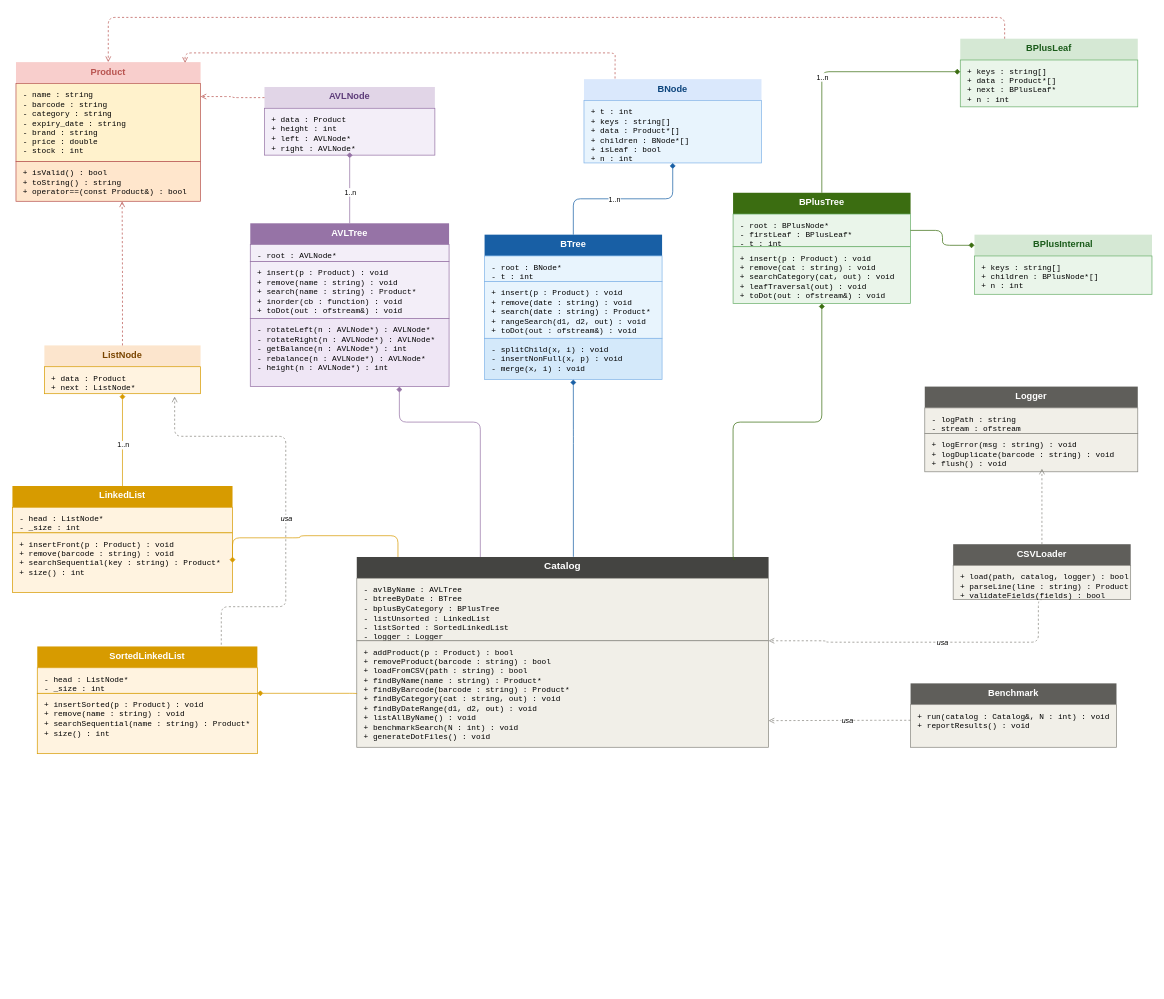
Above: Manuales/Digrama de Clases P1EDD.drawio in AndyGonzalez202231338/EDDS1_PROYECTO1_2026 (draw.io), before the change. Source tidied: cells renumbered, new cells numbered last; positions are measured from the earlier drawing's top-left corner, leaving out a move shared by most shapes. Both pictures are drawn from the tidied source at 71%, with x=0, y=0 at pixel (12, 17).
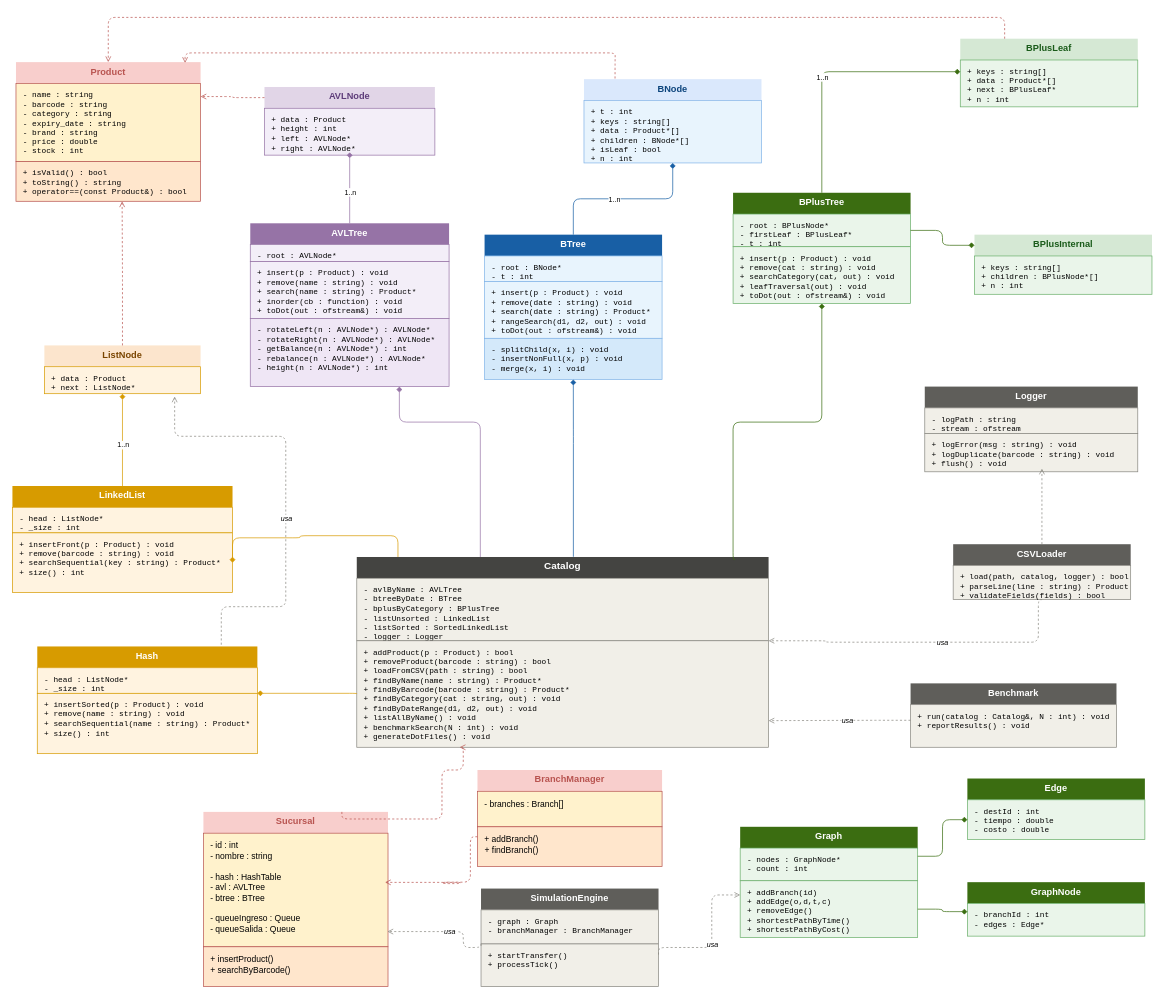
The same page after the edit.

The change refers to these unchanged cells:
```xml
<mxCell id="41" value="+ addProduct(p : Product) : bool&#10;+ removeProduct(barcode : string) : bool&#10;+ loadFromCSV(path : string) : bool&#10;+ findByName(name : string) : Product*&#10;+ findByBarcode(barcode : string) : Product*&#10;+ findByCategory(cat : string, out) : void&#10;+ findByDateRange(d1, d2, out) : void&#10;+ listAllByName() : void&#10;+ benchmarkSearch(N : int) : void&#10;+ generateDotFiles() : void" style="text;html=1;strokeColor=#888780;fillColor=#f1efe8;align=left;verticalAlign=top;spacingLeft=8;spacingTop=4;fontSize=11;fontFamily=Courier New;whiteSpace=wrap;" parent="1" vertex="1">
  <mxGeometry x="485" y="878" width="580" height="150" as="geometry" />
</mxCell>
```

Diff of the diagram source:
```diff
@@
-    <mxCell id="29" value="SortedLinkedList" style="text;html=1;strokeColor=none;fillColor=#d79b00;align=center;verticalAlign=middle;spacingTop=-4;fontStyle=1;fontSize=13;fontColor=#ffffff;whiteSpace=wrap;" parent="1" vertex="1">
+    <mxCell id="29" value="Hash" style="text;html=1;strokeColor=none;fillColor=#d79b00;align=center;verticalAlign=middle;spacingTop=-4;fontStyle=1;fontSize=13;fontColor=#ffffff;whiteSpace=wrap;" parent="1" vertex="1">
       <mxGeometry x="35" y="886" width="310" height="30" as="geometry" />
     </mxCell>
@@
+    <mxCell id="67" value="Sucursal" style="text;html=1;strokeColor=none;fillColor=#f8cecc;align=center;verticalAlign=middle;spacingTop=-4;fontStyle=1;fontSize=13;fontColor=#b85450;whiteSpace=wrap;" parent="1" vertex="1">
+      <mxGeometry x="269" y="1119" width="260" height="30" as="geometry" />
+    </mxCell>
+    <mxCell id="68" value="&lt;span style=&quot;font-family: Helvetica; font-size: 12px; text-align: center; text-wrap-mode: nowrap;&quot;&gt;- id : int&lt;/span&gt;&lt;br style=&quot;font-family: Helvetica; font-size: 12px; text-align: center; text-wrap-mode: nowrap;&quot;&gt;&lt;span style=&quot;font-family: Helvetica; font-size: 12px; text-align: center; text-wrap-mode: nowrap;&quot;&gt;- nombre : string&lt;/span&gt;&lt;br style=&quot;font-family: Helvetica; font-size: 12px; text-align: center; text-wrap-mode: nowrap;&quot;&gt;&lt;br style=&quot;font-family: Helvetica; font-size: 12px; text-align: center; text-wrap-mode: nowrap;&quot;&gt;&lt;span style=&quot;font-family: Helvetica; font-size: 12px; text-align: center; text-wrap-mode: nowrap;&quot;&gt;- hash : HashTable&lt;/span&gt;&lt;br style=&quot;font-family: Helvetica; font-size: 12px; text-align: center; text-wrap-mode: nowrap;&quot;&gt;&lt;span style=&quot;font-family: Helvetica; font-size: 12px; text-align: center; text-wrap-mode: nowrap;&quot;&gt;- avl : AVLTree&lt;/span&gt;&lt;br style=&quot;font-family: Helvetica; font-size: 12px; text-align: center; text-wrap-mode: nowrap;&quot;&gt;&lt;span style=&quot;font-family: Helvetica; font-size: 12px; text-align: center; text-wrap-mode: nowrap;&quot;&gt;- btree : BTree&lt;/span&gt;&lt;br style=&quot;font-family: Helvetica; font-size: 12px; text-align: center; text-wrap-mode: nowrap;&quot;&gt;&lt;br style=&quot;font-family: Helvetica; font-size: 12px; text-align: center; text-wrap-mode: nowrap;&quot;&gt;&lt;span style=&quot;font-family: Helvetica; font-size: 12px; text-align: center; text-wrap-mode: nowrap;&quot;&gt;- queueIngreso : Queue&lt;/span&gt;&lt;br style=&quot;font-family: Helvetica; font-size: 12px; text-align: center; text-wrap-mode: nowrap;&quot;&gt;&lt;span style=&quot;font-family: Helvetica; font-size: 12px; text-align: center; text-wrap-mode: nowrap;&quot;&gt;- queueSalida : Queue&lt;/span&gt;" style="text;html=1;strokeColor=#b85450;fillColor=#fff2cc;align=left;verticalAlign=top;spacingLeft=8;spacingTop=4;fontSize=11;fontFamily=Courier New;whiteSpace=wrap;" parent="1" vertex="1">
+      <mxGeometry x="269" y="1149" width="260" height="160" as="geometry" />
+    </mxCell>
+    <mxCell id="69" value="&lt;span style=&quot;font-family: Helvetica; font-size: 12px; text-align: center; text-wrap-mode: nowrap;&quot;&gt;+ insertProduct()&lt;/span&gt;&lt;br style=&quot;font-family: Helvetica; font-size: 12px; text-align: center; text-wrap-mode: nowrap;&quot;&gt;&lt;span style=&quot;font-family: Helvetica; font-size: 12px; text-align: center; text-wrap-mode: nowrap;&quot;&gt;+ searchByBarcode()&lt;/span&gt;" style="text;html=1;strokeColor=#b85450;fillColor=#ffe6cc;align=left;verticalAlign=top;spacingLeft=8;spacingTop=4;fontSize=11;fontFamily=Courier New;whiteSpace=wrap;" parent="1" vertex="1">
+      <mxGeometry x="269" y="1309" width="260" height="56" as="geometry" />
+    </mxCell>
+    <mxCell id="70" value="BranchManager" style="text;html=1;strokeColor=none;fillColor=#f8cecc;align=center;verticalAlign=middle;spacingTop=-4;fontStyle=1;fontSize=13;fontColor=#b85450;whiteSpace=wrap;" parent="1" vertex="1">
+      <mxGeometry x="655" y="1060" width="260" height="30" as="geometry" />
+    </mxCell>
+    <mxCell id="71" value="&lt;div style=&quot;text-align: center;&quot;&gt;&lt;span style=&quot;background-color: transparent; font-size: 12px; text-wrap-mode: nowrap;&quot;&gt;&lt;font face=&quot;Helvetica&quot;&gt;- branches : Branch[]&lt;/font&gt;&lt;/span&gt;&lt;/div&gt;" style="text;html=1;strokeColor=#b85450;fillColor=#fff2cc;align=left;verticalAlign=top;spacingLeft=8;spacingTop=4;fontSize=11;fontFamily=Courier New;whiteSpace=wrap;" parent="1" vertex="1">
+      <mxGeometry x="655" y="1090" width="260" height="50" as="geometry" />
+    </mxCell>
+    <mxCell id="72" value="&lt;div style=&quot;text-align: center;&quot;&gt;&lt;font face=&quot;Helvetica&quot;&gt;&lt;span style=&quot;font-size: 12px; text-wrap-mode: nowrap;&quot;&gt;+ addBranch()&lt;/span&gt;&lt;/font&gt;&lt;/div&gt;&lt;div style=&quot;text-align: center;&quot;&gt;&lt;font face=&quot;Helvetica&quot;&gt;&lt;span style=&quot;font-size: 12px; text-wrap-mode: nowrap;&quot;&gt;+ findBranch()&lt;/span&gt;&lt;/font&gt;&lt;/div&gt;" style="text;html=1;strokeColor=#b85450;fillColor=#ffe6cc;align=left;verticalAlign=top;spacingLeft=8;spacingTop=4;fontSize=11;fontFamily=Courier New;whiteSpace=wrap;" parent="1" vertex="1">
+      <mxGeometry x="655" y="1140" width="260" height="56" as="geometry" />
+    </mxCell>
+    <mxCell id="73" value="SimulationEngine" style="text;html=1;strokeColor=none;fillColor=#5f5e5a;align=center;verticalAlign=middle;spacingTop=-4;fontStyle=1;fontSize=13;fontColor=#ffffff;whiteSpace=wrap;" parent="1" vertex="1">
+      <mxGeometry x="660" y="1227" width="250" height="30" as="geometry" />
+    </mxCell>
+    <mxCell id="74" value="&lt;div&gt;- graph : Graph&lt;/div&gt;&lt;div&gt;- branchManager : BranchManager&lt;/div&gt;" style="text;html=1;strokeColor=#888780;fillColor=#f1efe8;align=left;verticalAlign=top;spacingLeft=8;spacingTop=4;fontSize=11;fontFamily=Courier New;whiteSpace=wrap;" parent="1" vertex="1">
+      <mxGeometry x="660" y="1257" width="250" height="48" as="geometry" />
+    </mxCell>
+    <mxCell id="75" value="&lt;div&gt;+ startTransfer()&lt;/div&gt;&lt;div&gt;+ processTick()&lt;/div&gt;" style="text;html=1;strokeColor=#888780;fillColor=#f1efe8;align=left;verticalAlign=top;spacingLeft=8;spacingTop=4;fontSize=11;fontFamily=Courier New;whiteSpace=wrap;" parent="1" vertex="1">
+      <mxGeometry x="660" y="1305" width="250" height="60" as="geometry" />
+    </mxCell>
+    <mxCell id="76" value="Graph" style="text;html=1;strokeColor=none;fillColor=#3b6d11;align=center;verticalAlign=middle;spacingTop=-4;fontStyle=1;fontSize=13;fontColor=#ffffff;whiteSpace=wrap;" parent="1" vertex="1">
+      <mxGeometry x="1025" y="1140" width="250" height="30" as="geometry" />
+    </mxCell>
+    <mxCell id="77" value="&lt;div&gt;- nodes : GraphNode*&lt;/div&gt;&lt;div&gt;- count : int&lt;/div&gt;" style="text;html=1;strokeColor=#6aaf6a;fillColor=#eaf5ea;align=left;verticalAlign=top;spacingLeft=8;spacingTop=4;fontSize=11;fontFamily=Courier New;whiteSpace=wrap;" parent="1" vertex="1">
+      <mxGeometry x="1025" y="1170" width="250" height="46" as="geometry" />
+    </mxCell>
+    <mxCell id="78" value="&lt;div&gt;+ addBranch(id)&lt;/div&gt;&lt;div&gt;+ addEdge(o,d,t,c)&lt;/div&gt;&lt;div&gt;+ removeEdge()&lt;/div&gt;&lt;div&gt;+ shortestPathByTime()&lt;/div&gt;&lt;div&gt;+ shortestPathByCost()&lt;/div&gt;" style="text;html=1;strokeColor=#6aaf6a;fillColor=#eaf5ea;align=left;verticalAlign=top;spacingLeft=8;spacingTop=4;fontSize=11;fontFamily=Courier New;whiteSpace=wrap;" parent="1" vertex="1">
+      <mxGeometry x="1025" y="1216" width="250" height="80" as="geometry" />
+    </mxCell>
+    <mxCell id="79" value="GraphNode" style="text;html=1;strokeColor=none;fillColor=#3b6d11;align=center;verticalAlign=middle;spacingTop=-4;fontStyle=1;fontSize=13;fontColor=#ffffff;whiteSpace=wrap;" parent="1" vertex="1">
+      <mxGeometry x="1345" y="1218" width="250" height="30" as="geometry" />
+    </mxCell>
+    <mxCell id="80" value="&lt;div&gt;- branchId : int&lt;/div&gt;&lt;div&gt;- edges : Edge*&lt;/div&gt;" style="text;html=1;strokeColor=#6aaf6a;fillColor=#eaf5ea;align=left;verticalAlign=top;spacingLeft=8;spacingTop=4;fontSize=11;fontFamily=Courier New;whiteSpace=wrap;" parent="1" vertex="1">
+      <mxGeometry x="1345" y="1248" width="250" height="46" as="geometry" />
+    </mxCell>
+    <mxCell id="81" value="Edge" style="text;html=1;strokeColor=none;fillColor=#3b6d11;align=center;verticalAlign=middle;spacingTop=-4;fontStyle=1;fontSize=13;fontColor=#ffffff;whiteSpace=wrap;" parent="1" vertex="1">
+      <mxGeometry x="1345" y="1072" width="250" height="30" as="geometry" />
+    </mxCell>
+    <mxCell id="82" value="&lt;div&gt;- destId : int&lt;/div&gt;&lt;div&gt;- tiempo : double&lt;/div&gt;&lt;div&gt;- costo : double&lt;/div&gt;" style="text;html=1;strokeColor=#6aaf6a;fillColor=#eaf5ea;align=left;verticalAlign=top;spacingLeft=8;spacingTop=4;fontSize=11;fontFamily=Courier New;whiteSpace=wrap;" parent="1" vertex="1">
+      <mxGeometry x="1345" y="1102" width="250" height="56" as="geometry" />
+    </mxCell>
+    <mxCell id="83" style="edgeStyle=orthogonalEdgeStyle;html=1;exitX=0.75;exitY=0;exitDx=0;exitDy=0;entryX=0.25;entryY=1;entryDx=0;entryDy=0;endArrow=open;endFill=0;startArrow=none;strokeColor=#b85450;dashed=1;" parent="1" edge="1" source="67" target="41">
+      <mxGeometry relative="1" as="geometry">
+        <Array as="points">
+          <mxPoint x="605" y="1129" />
+          <mxPoint x="605" y="1060" />
+          <mxPoint x="635" y="1060" />
+          <mxPoint x="635" y="1028" />
+        </Array>
+      </mxGeometry>
+    </mxCell>
+    <mxCell id="84" style="edgeStyle=orthogonalEdgeStyle;html=1;exitX=0;exitY=0.25;exitDx=0;exitDy=0;entryX=0.984;entryY=0.433;entryDx=0;entryDy=0;endArrow=open;endFill=0;startArrow=none;strokeColor=#b85450;dashed=1;entryPerimeter=0;" parent="1" edge="1" source="72" target="68">
+      <mxGeometry relative="1" as="geometry">
+        <Array as="points">
+          <mxPoint x="645" y="1218" />
+          <mxPoint x="606" y="1218" />
+          <mxPoint x="606" y="1220" />
+          <mxPoint x="631" y="1220" />
+          <mxPoint x="631" y="1218" />
+        </Array>
+      </mxGeometry>
+    </mxCell>
+    <mxCell id="85" style="edgeStyle=orthogonalEdgeStyle;html=1;entryX=0.997;entryY=0.866;entryDx=0;entryDy=0;endArrow=open;endFill=0;startArrow=none;strokeColor=#888780;dashed=1;exitX=0;exitY=0;exitDx=0;exitDy=0;entryPerimeter=0;" parent="1" edge="1" source="75" target="68">
+      <mxGeometry relative="1" as="geometry">
+        <Array as="points">
+          <mxPoint x="660" y="1310" />
+          <mxPoint x="635" y="1310" />
+          <mxPoint x="635" y="1288" />
+        </Array>
+      </mxGeometry>
+    </mxCell>
+    <mxCell id="86" value="usa" style="edgeLabel;html=1;align=center;verticalAlign=middle;fontSize=10;fontStyle=2;" parent="85" vertex="1">
+      <mxGeometry x="-0.1" relative="1" as="geometry" />
+    </mxCell>
+    <mxCell id="87" style="edgeStyle=orthogonalEdgeStyle;html=1;entryX=0;entryY=0.25;entryDx=0;entryDy=0;endArrow=open;endFill=0;startArrow=none;strokeColor=#888780;dashed=1;exitX=1;exitY=0.25;exitDx=0;exitDy=0;" parent="1" edge="1" source="75" target="78">
+      <mxGeometry relative="1" as="geometry">
+        <Array as="points">
+          <mxPoint x="910" y="1310" />
+          <mxPoint x="985" y="1310" />
+          <mxPoint x="985" y="1236" />
+        </Array>
+      </mxGeometry>
+    </mxCell>
+    <mxCell id="88" value="usa" style="edgeLabel;html=1;align=center;verticalAlign=middle;fontSize=10;fontStyle=2;" parent="87" vertex="1">
+      <mxGeometry x="-0.1" relative="1" as="geometry" />
+    </mxCell>
+    <mxCell id="89" style="edgeStyle=orthogonalEdgeStyle;html=1;exitX=1;exitY=0.5;exitDx=0;exitDy=0;entryX=0;entryY=0.25;entryDx=0;entryDy=0;endArrow=diamond;endFill=1;startArrow=none;strokeColor=#3b6d11;" parent="1" edge="1" source="78" target="80">
+      <mxGeometry relative="1" as="geometry" />
+    </mxCell>
+    <mxCell id="90" style="edgeStyle=orthogonalEdgeStyle;html=1;exitX=1;exitY=0.25;exitDx=0;exitDy=0;entryX=0;entryY=0.5;entryDx=0;entryDy=0;endArrow=diamond;endFill=1;startArrow=none;strokeColor=#3b6d11;" parent="1" edge="1" source="77" target="82">
+      <mxGeometry relative="1" as="geometry" />
+    </mxCell>
```
